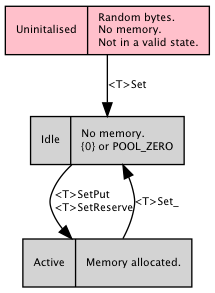
neil-edelman/boxes keeps this Graphviz diagram as web/states.png. Above is the earlier version. Its source is kept beside it as web/states.gv.
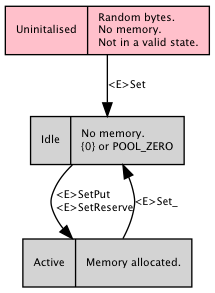
Later version of the same file.

The edit, as a diff of the source:
```diff
@@ -8,7 +8,7 @@
 	null [ label = "Uninitalised|Random bytes.\lNo memory.\lNot in a valid state.\l", fillcolor = pink ];
 	static [ label = "Idle|No memory.\l\{0\} or POOL_ZERO\l" ];
 	dynamic [ label = "Active|Memory allocated.\n" ];
-	null -> static [ label = "<T>Set" ];
-	static -> dynamic [ label = "<T>SetPut\l<T>SetReserve" ];
-	dynamic -> static [ label = "<T>Set_" ];
+	null -> static [ label = "<E>Set" ];
+	static -> dynamic [ label = "<E>SetPut\l<E>SetReserve" ];
+	dynamic -> static [ label = "<E>Set_" ];
 }
```
